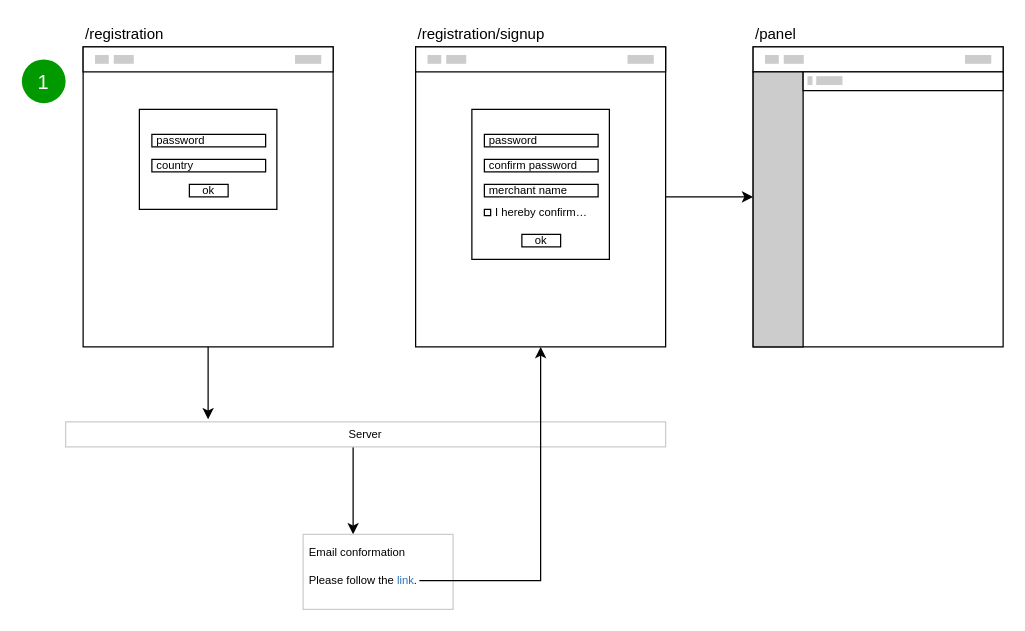
The draw.io diagram page "Registration" (1 of 6) of auth.drawio in ajile/draw-io, before the edit. Source tidied: cells renumbered, new cells numbered last; positions are measured from the earlier drawing's top-left corner, leaving out a move shared by most shapes. Both pictures are drawn from the tidied source at 125%, with x=0, y=0 at pixel (21, 21).
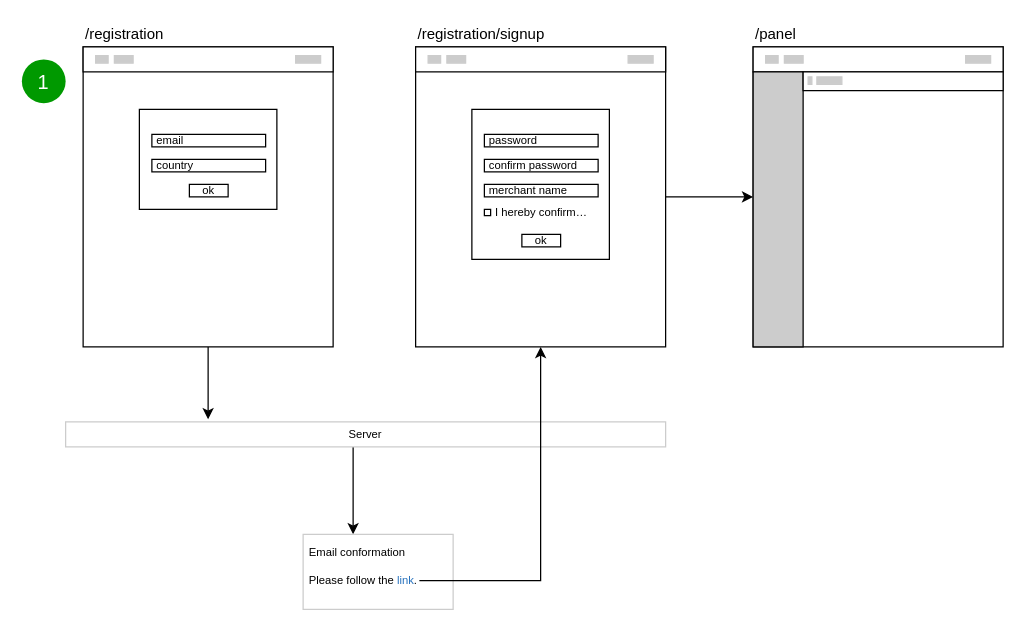
Above is the later version.

The change refers to these unchanged cells:
```xml
<mxCell id="3" style="group;" parent="2" vertex="1">
  <mxGeometry x="49" width="200" height="260" as="geometry" />
</mxCell>
```

Change to the diagram source:
```diff
@@
-    <mxCell id="12" value="password" style="rounded=0;whiteSpace=wrap;html=1;fontSize=9;align=left;spacingLeft=2;" parent="3" vertex="1">
+    <mxCell id="12" value="email" style="rounded=0;whiteSpace=wrap;html=1;fontSize=9;align=left;spacingLeft=2;" parent="3" vertex="1">
       <mxGeometry x="55" y="90" width="91" height="10" as="geometry" />
     </mxCell>
```
